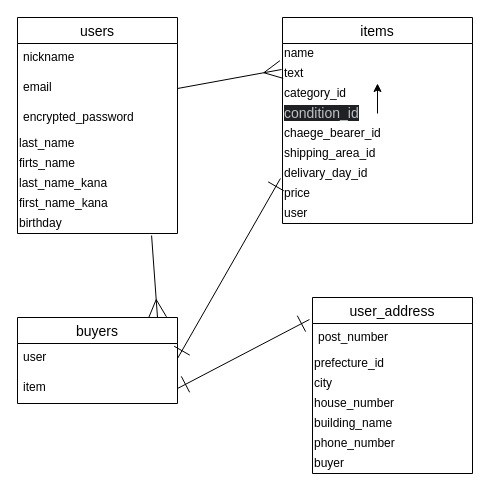
Earlier version of the draw.io diagram test.dio (koki2014/furima-38222). Source tidied: cells renumbered, new cells numbered last; positions are measured from the earlier drawing's top-left corner, leaving out a move shared by most shapes. Both pictures are drawn from the tidied source at 100%, with x=0, y=0 at pixel (17, 17).
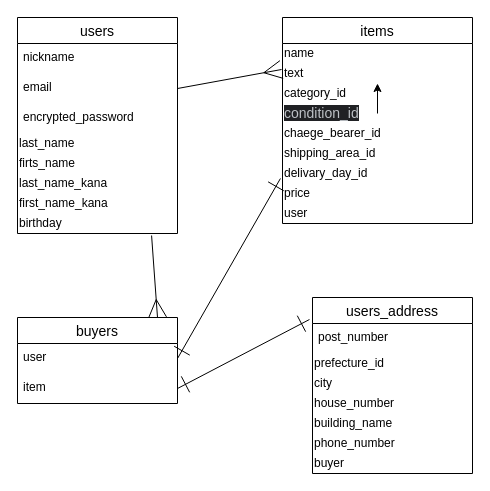
Above is the later version.

The edit, as a diff of the source:
```diff
@@
-    <mxCell id="23" value="user_address" style="swimlane;fontStyle=0;horizontal=1;startSize=26;align=center;fontSize=14;" parent="1" vertex="1">
+    <mxCell id="23" value="users_address" style="swimlane;fontStyle=0;horizontal=1;startSize=26;align=center;fontSize=14;" parent="1" vertex="1">
       <mxGeometry x="295" y="280" width="160" height="176" as="geometry" />
     </mxCell>
```
